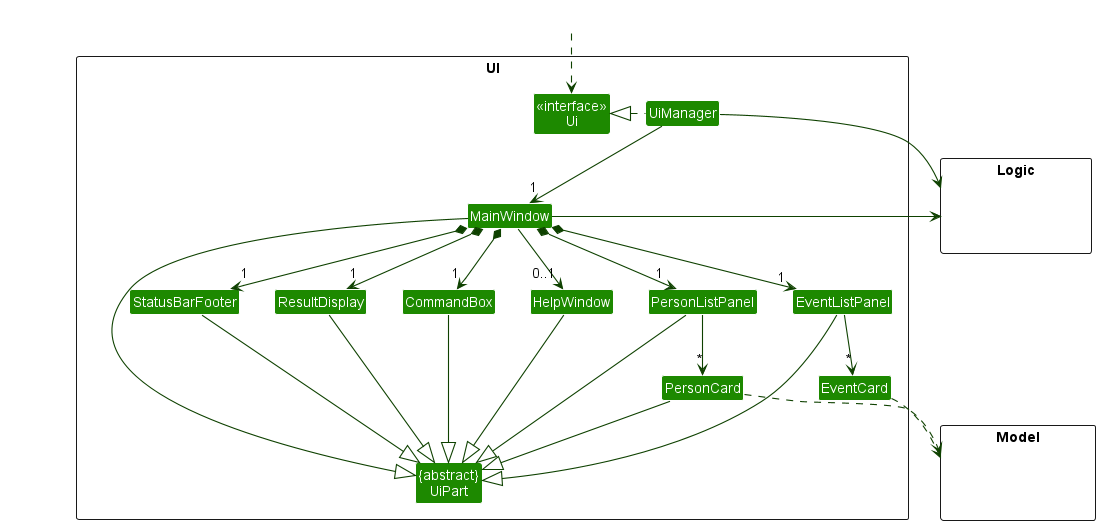
Earlier version of the PlantUML export docs/images/UiClassDiagram.png (nus-cs2103-AY2223S2/tp). Its source is kept beside it as docs/diagrams/UiClassDiagram.puml.
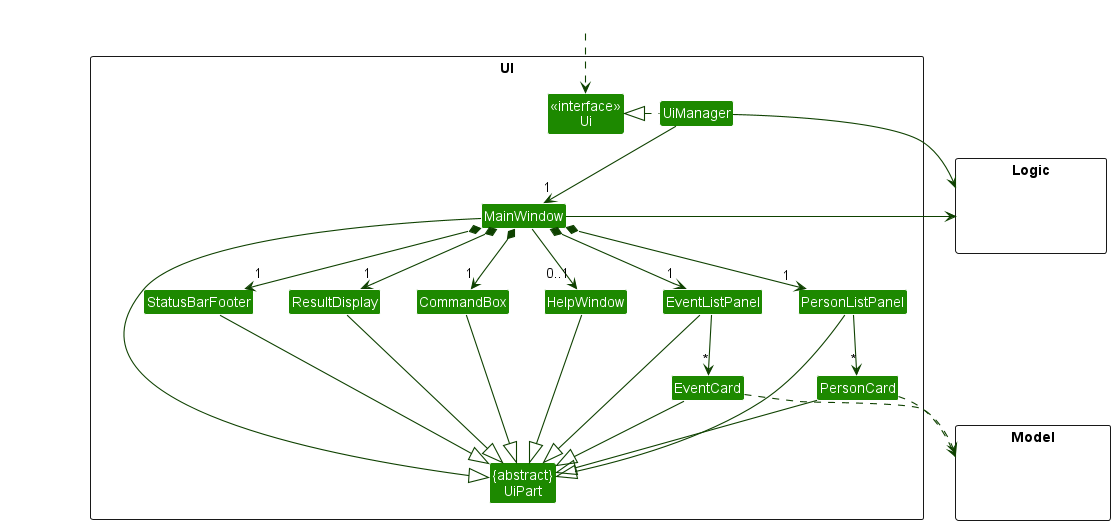
Later version of the same file.

Commit message:
Fix typo in UiClassDiagram

Diff of the diagram source:
```diff
@@ -49,6 +49,7 @@
 PersonListPanel --|> UiPart
 EventListPanel --|> UiPart
 PersonCard --|> UiPart
+EventCard --|> UiPart
 StatusBarFooter --|> UiPart
 HelpWindow --|> UiPart
 
```
